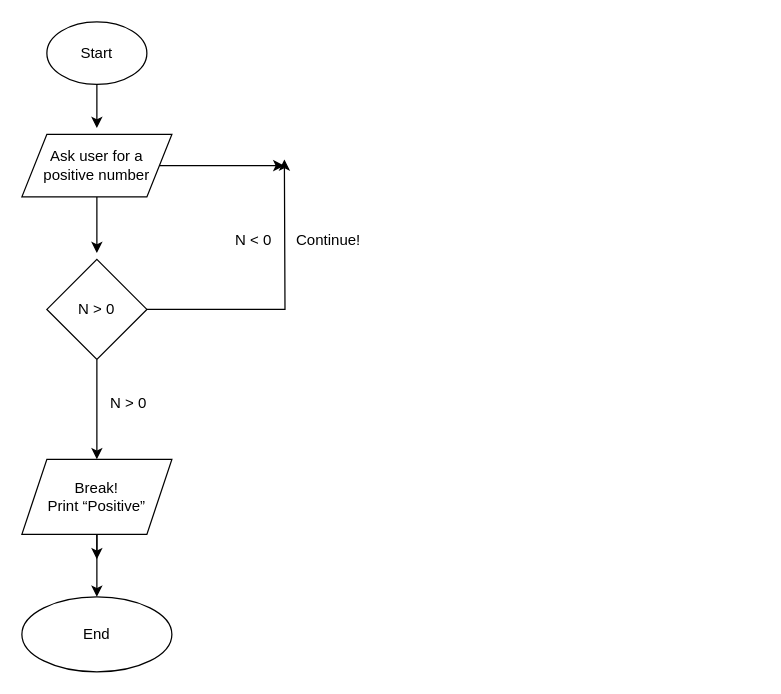
Earlier version of the draw.io diagram Simple Loop.drawio (interbang/MOOC). Source tidied: cells renumbered, new cells numbered last; positions are measured from the earlier drawing's top-left corner, leaving out a move shared by most shapes. Both pictures are drawn from the tidied source at 125%, with x=0, y=0 at pixel (21, 21).
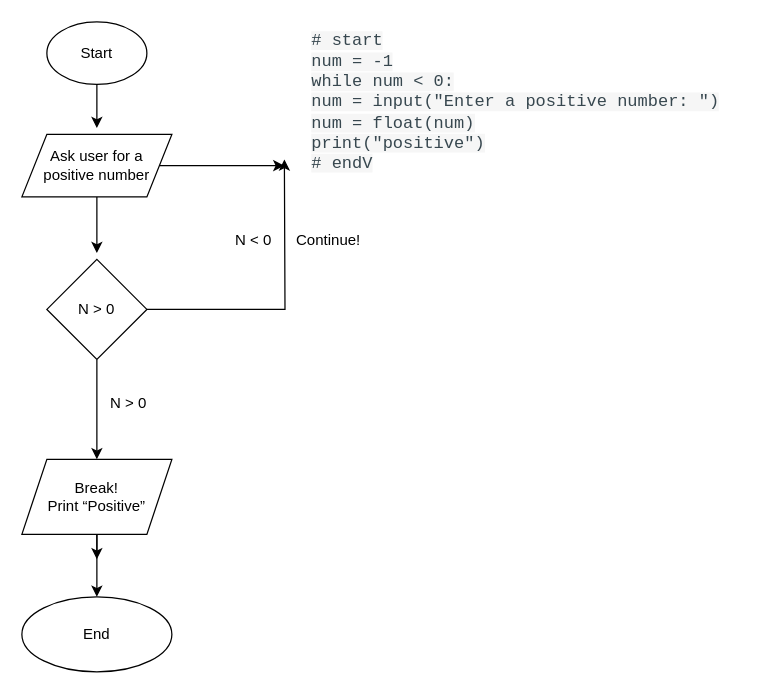
After the change.

The edit, as a diff of the source:
```diff
@@
+    <mxCell id="17" value="&lt;span style=&quot;caret-color: rgb(55, 71, 79); color: rgb(55, 71, 79); font-family: &amp;quot;Roboto Mono&amp;quot;, &amp;quot;Courier New&amp;quot;, Courier, monospace; font-size: 13.6px; background-color: rgba(237, 237, 237, 0.5);&quot;&gt;# start&lt;br&gt;num = -1&lt;br&gt;while num &amp;lt; 0:&lt;br&gt;    num = input(&quot;Enter a positive number: &quot;)&lt;br&gt;    num = float(num)&lt;br&gt;print(&quot;positive&quot;)&lt;br&gt;# endV&lt;/span&gt;" style="text;html=1;align=left;verticalAlign=middle;fillColor=none;strokeColor=none;rounded=0;" parent="1" vertex="1">
+      <mxGeometry x="230" width="360" height="130" as="geometry" />
+    </mxCell>
```
